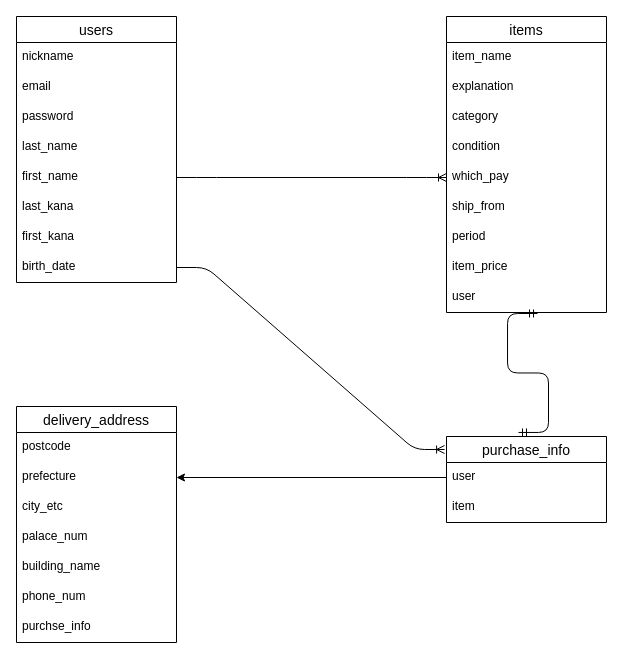
Victor-26/furima-35556 keeps this draw.io diagram as app/views/test.dio. Above is the earlier version. Source tidied: cells renumbered, new cells numbered last; positions are measured from the earlier drawing's top-left corner, leaving out a move shared by most shapes. Both pictures are drawn from the tidied source at 100%, with x=0, y=0 at pixel (16, 16).
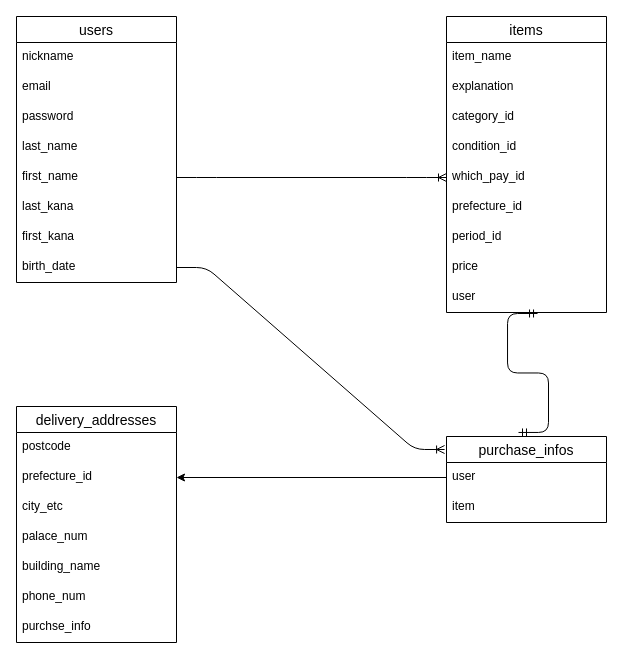
The same diagram, later.

Commit message (it also covers changes not shown here):
テーブル名を複数形に変更　ER図の訂正

Unchanged cells that the change refers to:
```xml
<mxCell id="11" value="items" style="swimlane;fontStyle=0;horizontal=1;startSize=26;align=center;fontSize=14;" parent="1" vertex="1">
  <mxGeometry x="430" width="160" height="296" as="geometry" />
</mxCell>
```

Change to the diagram source:
```diff
@@
-    <mxCell id="14" value="category" style="text;strokeColor=none;fillColor=none;spacingLeft=4;spacingRight=4;overflow=hidden;fontSize=12;" parent="11" vertex="1">
+    <mxCell id="14" value="category_id" style="text;strokeColor=none;fillColor=none;spacingLeft=4;spacingRight=4;overflow=hidden;fontSize=12;" parent="11" vertex="1">
       <mxGeometry y="86" width="160" height="30" as="geometry" />
     </mxCell>
-    <mxCell id="15" value="condition" style="text;strokeColor=none;fillColor=none;spacingLeft=4;spacingRight=4;overflow=hidden;fontSize=12;" parent="11" vertex="1">
+    <mxCell id="15" value="condition_id" style="text;strokeColor=none;fillColor=none;spacingLeft=4;spacingRight=4;overflow=hidden;fontSize=12;" parent="11" vertex="1">
       <mxGeometry y="116" width="160" height="30" as="geometry" />
     </mxCell>
-    <mxCell id="16" value="which_pay" style="text;strokeColor=none;fillColor=none;spacingLeft=4;spacingRight=4;overflow=hidden;points=[[0,0.5],[1,0.5]];portConstraint=eastwest;fontSize=12;" parent="11" vertex="1">
+    <mxCell id="16" value="which_pay_id" style="text;strokeColor=none;fillColor=none;spacingLeft=4;spacingRight=4;overflow=hidden;points=[[0,0.5],[1,0.5]];portConstraint=eastwest;fontSize=12;" parent="11" vertex="1">
       <mxGeometry y="146" width="160" height="30" as="geometry" />
     </mxCell>
-    <mxCell id="17" value="ship_from" style="text;strokeColor=none;fillColor=none;spacingLeft=4;spacingRight=4;overflow=hidden;fontSize=12;" parent="11" vertex="1">
+    <mxCell id="17" value="prefecture_id" style="text;strokeColor=none;fillColor=none;spacingLeft=4;spacingRight=4;overflow=hidden;fontSize=12;" parent="11" vertex="1">
       <mxGeometry y="176" width="160" height="30" as="geometry" />
     </mxCell>
-    <mxCell id="18" value="period" style="text;strokeColor=none;fillColor=none;spacingLeft=4;spacingRight=4;overflow=hidden;fontSize=12;" parent="11" vertex="1">
+    <mxCell id="18" value="period_id" style="text;strokeColor=none;fillColor=none;spacingLeft=4;spacingRight=4;overflow=hidden;fontSize=12;" parent="11" vertex="1">
       <mxGeometry y="206" width="160" height="30" as="geometry" />
     </mxCell>
-    <mxCell id="19" value="item_price" style="text;strokeColor=none;fillColor=none;spacingLeft=4;spacingRight=4;overflow=hidden;fontSize=12;" parent="11" vertex="1">
+    <mxCell id="19" value="price" style="text;strokeColor=none;fillColor=none;spacingLeft=4;spacingRight=4;overflow=hidden;fontSize=12;" parent="11" vertex="1">
       <mxGeometry y="236" width="160" height="30" as="geometry" />
     </mxCell>
@@
-    <mxCell id="21" value="purchase_info" style="swimlane;fontStyle=0;horizontal=1;startSize=26;align=center;fontSize=14;" parent="1" vertex="1">
+    <mxCell id="21" value="purchase_infos" style="swimlane;fontStyle=0;horizontal=1;startSize=26;align=center;fontSize=14;" parent="1" vertex="1">
       <mxGeometry x="430" y="420" width="160" height="86" as="geometry" />
     </mxCell>
@@
-    <mxCell id="24" value="delivery_address" style="swimlane;fontStyle=0;horizontal=1;startSize=26;align=center;fontSize=14;" parent="1" vertex="1">
+    <mxCell id="24" value="delivery_addresses" style="swimlane;fontStyle=0;horizontal=1;startSize=26;align=center;fontSize=14;" parent="1" vertex="1">
       <mxGeometry y="390" width="160" height="236" as="geometry" />
     </mxCell>
@@
-    <mxCell id="26" value="prefecture" style="text;strokeColor=none;fillColor=none;spacingLeft=4;spacingRight=4;overflow=hidden;points=[[0,0.5],[1,0.5]];portConstraint=eastwest;fontSize=12;" parent="24" vertex="1">
+    <mxCell id="26" value="prefecture_id" style="text;strokeColor=none;fillColor=none;spacingLeft=4;spacingRight=4;overflow=hidden;points=[[0,0.5],[1,0.5]];portConstraint=eastwest;fontSize=12;" parent="24" vertex="1">
       <mxGeometry y="56" width="160" height="30" as="geometry" />
     </mxCell>
```
